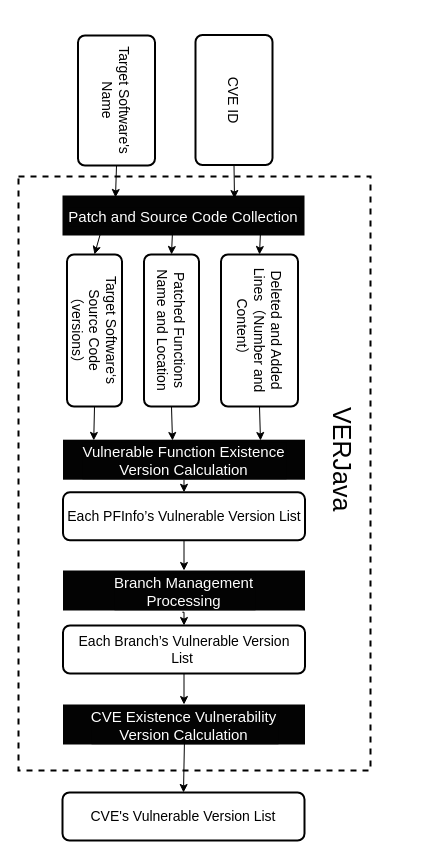
Before: page "Page-1" (1 of 2) of Untitled Diagram.drawio in sunSUNQ/Java_learning, a draw.io diagram. Source tidied: cells renumbered, new cells numbered last; positions are measured from the earlier drawing's top-left corner, leaving out a move shared by most shapes. Both pictures are drawn from the tidied source at 100%, with x=0, y=0 at pixel (18, 61).
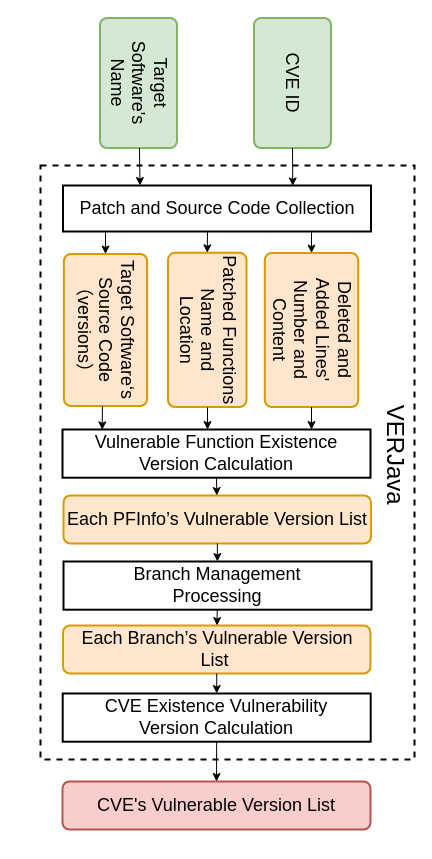
Above is the later version.

The edit, as a diff of the source:
```diff
@@
     <mxCell id="2" style="rounded=0;whiteSpace=wrap;html=1;shadow=0;glass=0;labelBackgroundColor=#FFFFFF;labelBorderColor=none;sketch=0;fontSize=16;fontColor=default;fillColor=none;gradientColor=none;dashed=1;strokeWidth=2;" parent="1" vertex="1">
-      <mxGeometry y="115" width="352" height="594" as="geometry" />
+      <mxGeometry x="22" y="104" width="374" height="594" as="geometry" />
     </mxCell>
-    <mxCell id="3" value="Vulnerable Function Existence &#10;Version Calculation" style="text;strokeColor=none;fillColor=#030303;align=center;verticalAlign=middle;spacingLeft=4;spacingRight=4;overflow=hidden;points=[[0,0.5],[1,0.5]];portConstraint=eastwest;rounded=0;shadow=0;glass=0;dashed=1;sketch=0;labelBackgroundColor=#030303;fontColor=#FFFFFF;fontSize=15;gradientColor=none;" parent="1" vertex="1">
-      <mxGeometry x="44.5" y="378.2" width="242" height="40" as="geometry" />
-    </mxCell>
-    <mxCell id="4" value="Branch Management &#10;Processing" style="text;strokeColor=none;fillColor=#030303;align=center;verticalAlign=middle;spacingLeft=4;spacingRight=4;overflow=hidden;points=[[0,0.5],[1,0.5]];portConstraint=eastwest;rounded=0;shadow=0;glass=0;dashed=1;sketch=0;labelBackgroundColor=#030303;fontColor=#FFFFFF;fontSize=15;" parent="1" vertex="1">
-      <mxGeometry x="44.5" y="509" width="242" height="40" as="geometry" />
-    </mxCell>
-    <mxCell id="5" value="CVE Existence Vulnerability &#10;Version Calculation" style="text;strokeColor=none;fillColor=#030303;align=center;verticalAlign=middle;spacingLeft=4;spacingRight=4;overflow=hidden;points=[[0,0.5],[1,0.5]];portConstraint=eastwest;rounded=0;shadow=0;glass=0;dashed=1;sketch=0;labelBackgroundColor=#030303;fontColor=#FFFFFF;fontSize=15;" parent="1" vertex="1">
-      <mxGeometry x="44.5" y="643" width="242" height="40" as="geometry" />
-    </mxCell>
-    <mxCell id="6" value="Deleted and Added Lines（Number and Content）" style="rounded=1;whiteSpace=wrap;html=1;absoluteArcSize=1;arcSize=14;strokeWidth=2;shadow=0;glass=0;sketch=0;verticalAlign=middle;fontSize=14;rotation=90;" parent="1" vertex="1">
-      <mxGeometry x="165" y="230.5" width="152" height="77" as="geometry" />
+    <mxCell id="6" value="Deleted and Added Lines' Number and Content" style="rounded=1;whiteSpace=wrap;html=1;absoluteArcSize=1;arcSize=14;strokeWidth=2;shadow=0;glass=0;sketch=0;verticalAlign=middle;fontSize=18;rotation=90;fillColor=#ffe6cc;strokeColor=#d79b00;" parent="1" vertex="1">
+      <mxGeometry x="216" y="221.8" width="154" height="93.5" as="geometry" />
     </mxCell>
-    <mxCell id="7" value="Patch and Source Code Collection" style="text;strokeColor=none;fillColor=#030303;align=center;verticalAlign=middle;spacingLeft=4;spacingRight=4;overflow=hidden;points=[[0,0.5],[1,0.5]];portConstraint=eastwest;rounded=0;shadow=0;glass=0;dashed=1;sketch=0;labelBackgroundColor=#030303;fontColor=#FFFFFF;fontSize=15;gradientColor=none;" parent="1" vertex="1">
-      <mxGeometry x="44" y="134" width="242" height="40" as="geometry" />
-    </mxCell>
-    <mxCell id="8" value="Patched Functions Name and Location" style="rounded=1;whiteSpace=wrap;html=1;absoluteArcSize=1;arcSize=14;strokeWidth=2;shadow=0;glass=0;sketch=0;verticalAlign=middle;fontSize=14;rotation=90;" parent="1" vertex="1">
-      <mxGeometry x="77" y="241.5" width="152" height="55" as="geometry" />
+    <mxCell id="8" value="Patched Functions Name and Location" style="rounded=1;whiteSpace=wrap;html=1;absoluteArcSize=1;arcSize=14;strokeWidth=2;shadow=0;glass=0;sketch=0;verticalAlign=middle;fontSize=18;rotation=90;fillColor=#ffe6cc;strokeColor=#d79b00;" parent="1" vertex="1">
+      <mxGeometry x="111.6" y="229.2" width="154.3" height="78.5" as="geometry" />
     </mxCell>
-    <mxCell id="9" value="Target Software‘s&lt;br&gt;Source Code（versions）" style="rounded=1;whiteSpace=wrap;html=1;absoluteArcSize=1;arcSize=14;strokeWidth=2;shadow=0;glass=0;sketch=0;verticalAlign=middle;fontSize=14;rotation=90;" parent="1" vertex="1">
-      <mxGeometry y="241.5" width="152" height="55" as="geometry" />
+    <mxCell id="9" value="Target Software‘s&lt;br style=&quot;font-size: 18px;&quot;&gt;Source Code（versions）" style="rounded=1;whiteSpace=wrap;html=1;absoluteArcSize=1;arcSize=14;strokeWidth=2;shadow=0;glass=0;sketch=0;verticalAlign=middle;fontSize=18;rotation=90;fillColor=#ffe6cc;strokeColor=#d79b00;" parent="1" vertex="1">
+      <mxGeometry x="11" y="226.9" width="152" height="83.2" as="geometry" />
     </mxCell>
-    <mxCell id="10" value="Each PFInfo’s Vulnerable Version List" style="rounded=1;whiteSpace=wrap;html=1;absoluteArcSize=1;arcSize=14;strokeWidth=2;shadow=0;glass=0;sketch=0;verticalAlign=middle;fontSize=14;rotation=0;" parent="1" vertex="1">
-      <mxGeometry x="44.5" y="430.8" width="242" height="48" as="geometry" />
+    <mxCell id="10" value="Each PFInfo’s Vulnerable Version List" style="rounded=1;whiteSpace=wrap;html=1;absoluteArcSize=1;arcSize=14;strokeWidth=2;shadow=0;glass=0;sketch=0;verticalAlign=middle;fontSize=18;rotation=0;fillColor=#ffe6cc;strokeColor=#d79b00;" parent="1" vertex="1">
+      <mxGeometry x="45" y="434" width="307.5" height="48" as="geometry" />
     </mxCell>
-    <mxCell id="11" value="Each Branch’s Vulnerable Version List&amp;nbsp;" style="rounded=1;whiteSpace=wrap;html=1;absoluteArcSize=1;arcSize=14;strokeWidth=2;shadow=0;glass=0;sketch=0;verticalAlign=middle;fontSize=14;rotation=0;" parent="1" vertex="1">
-      <mxGeometry x="44.5" y="564" width="242" height="48" as="geometry" />
+    <mxCell id="11" value="Each Branch’s Vulnerable Version List&amp;nbsp;" style="rounded=1;whiteSpace=wrap;html=1;absoluteArcSize=1;arcSize=14;strokeWidth=2;shadow=0;glass=0;sketch=0;verticalAlign=middle;fontSize=18;rotation=0;fillColor=#ffe6cc;strokeColor=#d79b00;" parent="1" vertex="1">
+      <mxGeometry x="44.5" y="564" width="307.5" height="48" as="geometry" />
     </mxCell>
-    <mxCell id="12" value="CVE's Vulnerable Version List" style="rounded=1;whiteSpace=wrap;html=1;absoluteArcSize=1;arcSize=14;strokeWidth=2;shadow=0;glass=0;sketch=0;verticalAlign=middle;fontSize=14;rotation=0;" parent="1" vertex="1">
-      <mxGeometry x="44" y="731" width="242" height="48" as="geometry" />
+    <mxCell id="12" value="CVE's Vulnerable Version List" style="rounded=1;whiteSpace=wrap;html=1;absoluteArcSize=1;arcSize=14;strokeWidth=2;shadow=0;glass=0;sketch=0;verticalAlign=middle;fontSize=18;rotation=0;fillColor=#f8cecc;strokeColor=#b85450;" parent="1" vertex="1">
+      <mxGeometry x="44" y="720" width="308" height="48" as="geometry" />
     </mxCell>
-    <mxCell id="13" style="endArrow=classic;html=1;rounded=0;fontSize=16;fontColor=default;exitX=0.5;exitY=1;exitDx=0;exitDy=0;" parent="1" edge="1" source="10" target="4">
+    <mxCell id="13" style="endArrow=classic;html=1;rounded=0;fontSize=16;fontColor=default;" parent="1" edge="1" source="10" target="4">
       <mxGeometry relative="1" as="geometry" />
     </mxCell>
-    <mxCell id="14" style="edgeStyle=orthogonalEdgeStyle;rounded=0;jettySize=auto;html=1;fontSize=16;fontColor=default;exitX=0.493;exitY=1.043;exitDx=0;exitDy=0;exitPerimeter=0;entryX=0.5;entryY=0;entryDx=0;entryDy=0;" parent="1" edge="1" source="4" target="11">
-      <mxGeometry relative="1" as="geometry" />
-    </mxCell>
-    <mxCell id="15" style="endArrow=classic;html=1;rounded=0;fontSize=16;fontColor=default;entryX=0.5;entryY=0;entryDx=0;entryDy=0;" parent="1" edge="1" source="3" target="10">
+    <mxCell id="15" style="endArrow=classic;html=1;rounded=0;fontSize=16;fontColor=default;exitX=0.5;exitY=1;exitDx=0;exitDy=0;" parent="1" edge="1" source="3" target="10">
       <mxGeometry relative="1" as="geometry" />
     </mxCell>
-    <mxCell id="16" style="endArrow=classic;html=1;rounded=0;fontSize=16;fontColor=default;exitX=0.5;exitY=1;exitDx=0;exitDy=0;" parent="1" edge="1" source="11" target="5">
+    <mxCell id="16" style="endArrow=classic;html=1;rounded=0;fontSize=16;fontColor=default;" parent="1" edge="1" source="11" target="5">
       <mxGeometry relative="1" as="geometry" />
     </mxCell>
-    <mxCell id="17" style="endArrow=classic;html=1;rounded=0;fontSize=16;fontColor=default;entryX=0.5;entryY=0;entryDx=0;entryDy=0;" parent="1" edge="1" target="12">
-      <mxGeometry relative="1" as="geometry">
-        <mxPoint x="166" y="676" as="sourcePoint" />
-      </mxGeometry>
+    <mxCell id="17" style="endArrow=classic;html=1;rounded=0;fontSize=16;fontColor=default;" parent="1" edge="1" source="5" target="12">
+      <mxGeometry relative="1" as="geometry" />
     </mxCell>
-    <mxCell id="18" style="endArrow=classic;html=1;rounded=0;fontSize=16;fontColor=default;exitX=1;exitY=0.5;exitDx=0;exitDy=0;" parent="1" edge="1" source="6">
-      <mxGeometry relative="1" as="geometry">
-        <mxPoint x="242" y="379" as="targetPoint" />
-      </mxGeometry>
-    </mxCell>
-    <mxCell id="19" style="endArrow=classic;html=1;rounded=0;fontSize=16;fontColor=default;exitX=1;exitY=0.5;exitDx=0;exitDy=0;" parent="1" edge="1" source="8">
-      <mxGeometry relative="1" as="geometry">
-        <mxPoint x="154" y="379" as="targetPoint" />
-      </mxGeometry>
-    </mxCell>
-    <mxCell id="20" style="endArrow=classic;html=1;rounded=0;fontSize=16;fontColor=default;exitX=1;exitY=0.5;exitDx=0;exitDy=0;entryX=0.127;entryY=0.018;entryDx=0;entryDy=0;entryPerimeter=0;" parent="1" edge="1" source="9" target="3">
+    <mxCell id="20" style="endArrow=classic;html=1;rounded=0;fontSize=16;fontColor=default;entryX=0.129;entryY=0.007;entryDx=0;entryDy=0;entryPerimeter=0;exitX=1.002;exitY=0.537;exitDx=0;exitDy=0;exitPerimeter=0;" parent="1" edge="1" source="9" target="3">
       <mxGeometry relative="1" as="geometry" />
     </mxCell>
-    <mxCell id="21" style="endArrow=classic;html=1;rounded=0;fontSize=16;fontColor=default;entryX=0;entryY=0.5;entryDx=0;entryDy=0;" parent="1" edge="1" target="6">
-      <mxGeometry relative="1" as="geometry">
-        <mxPoint x="242" y="170" as="sourcePoint" />
-      </mxGeometry>
-    </mxCell>
-    <mxCell id="22" style="endArrow=classic;html=1;rounded=0;fontSize=16;fontColor=default;entryX=0;entryY=0.5;entryDx=0;entryDy=0;" parent="1" edge="1" target="8">
-      <mxGeometry relative="1" as="geometry">
-        <mxPoint x="154" y="170" as="sourcePoint" />
-      </mxGeometry>
-    </mxCell>
-    <mxCell id="23" style="endArrow=classic;html=1;rounded=0;fontSize=16;fontColor=default;entryX=0;entryY=0.5;entryDx=0;entryDy=0;exitX=0.155;exitY=0.987;exitDx=0;exitDy=0;exitPerimeter=0;" parent="1" edge="1" source="7" target="9">
-      <mxGeometry relative="1" as="geometry" />
-    </mxCell>
-    <mxCell id="24" value="CVE ID" style="rounded=1;whiteSpace=wrap;html=1;absoluteArcSize=1;arcSize=14;strokeWidth=2;shadow=0;glass=0;sketch=0;verticalAlign=middle;fontSize=14;rotation=90;" parent="1" vertex="1">
-      <mxGeometry x="150.5" width="130" height="77" as="geometry" />
+    <mxCell id="24" value="CVE ID" style="rounded=1;whiteSpace=wrap;html=1;absoluteArcSize=1;arcSize=14;strokeWidth=2;shadow=0;glass=0;sketch=0;verticalAlign=middle;fontSize=18;rotation=90;fillColor=#d5e8d4;strokeColor=#82b366;" parent="1" vertex="1">
+      <mxGeometry x="209" y="-17" width="130" height="77" as="geometry" />
     </mxCell>
-    <mxCell id="25" value="Target Software's &lt;br&gt;Name" style="rounded=1;whiteSpace=wrap;html=1;absoluteArcSize=1;arcSize=14;strokeWidth=2;shadow=0;glass=0;sketch=0;verticalAlign=middle;fontSize=14;rotation=90;" parent="1" vertex="1">
-      <mxGeometry x="33" y="0.5" width="130" height="77" as="geometry" />
+    <mxCell id="25" value="Target Software's &lt;br style=&quot;font-size: 18px;&quot;&gt;Name" style="rounded=1;whiteSpace=wrap;html=1;absoluteArcSize=1;arcSize=14;strokeWidth=2;shadow=0;glass=0;sketch=0;verticalAlign=middle;fontSize=18;rotation=90;fillColor=#d5e8d4;strokeColor=#82b366;" parent="1" vertex="1">
+      <mxGeometry x="55" y="-17" width="130" height="77" as="geometry" />
     </mxCell>
-    <mxCell id="26" style="endArrow=classic;html=1;rounded=0;fontSize=16;fontColor=default;exitX=1;exitY=0.5;exitDx=0;exitDy=0;" parent="1" edge="1" source="24">
-      <mxGeometry relative="1" as="geometry">
-        <mxPoint x="216" y="137" as="targetPoint" />
-      </mxGeometry>
+    <mxCell id="26" style="endArrow=classic;html=1;rounded=0;fontSize=16;fontColor=default;exitX=1;exitY=0.5;exitDx=0;exitDy=0;entryX=0.746;entryY=0.009;entryDx=0;entryDy=0;entryPerimeter=0;" parent="1" edge="1" source="24" target="7">
+      <mxGeometry relative="1" as="geometry" />
     </mxCell>
-    <mxCell id="27" style="endArrow=classic;html=1;rounded=0;fontSize=16;fontColor=default;exitX=1;exitY=0.5;exitDx=0;exitDy=0;entryX=0.219;entryY=0.049;entryDx=0;entryDy=0;entryPerimeter=0;" parent="1" edge="1" source="25" target="7">
+    <mxCell id="27" style="endArrow=classic;html=1;rounded=0;fontSize=16;fontColor=default;entryX=0.25;entryY=0;entryDx=0;entryDy=0;" parent="1" edge="1" source="25" target="7">
       <mxGeometry relative="1" as="geometry" />
     </mxCell>
-    <mxCell id="28" value="VERJava" style="text;html=1;strokeColor=none;fillColor=none;align=center;verticalAlign=middle;whiteSpace=wrap;rounded=0;shadow=0;glass=0;dashed=1;labelBackgroundColor=#FFFFFF;labelBorderColor=none;sketch=0;fontSize=25;fontColor=default;rotation=90;" parent="1" vertex="1">
-      <mxGeometry x="229" y="383.2" width="192" height="30" as="geometry" />
+    <mxCell id="28" value="VERJava" style="text;html=1;strokeColor=none;fillColor=none;align=center;verticalAlign=middle;whiteSpace=wrap;rounded=0;shadow=0;glass=0;dashed=1;labelBackgroundColor=none;labelBorderColor=none;sketch=0;fontSize=24;fontColor=default;rotation=90;" parent="1" vertex="1">
+      <mxGeometry x="280.5" y="378.2" width="192" height="30" as="geometry" />
     </mxCell>
+    <mxCell id="7" value="Patch and Source Code Collection" style="rounded=0;whiteSpace=wrap;html=1;shadow=0;glass=0;labelBackgroundColor=none;labelBorderColor=none;sketch=0;fontSize=18;fontColor=#000000;strokeColor=default;strokeWidth=2;fillColor=none;gradientColor=none;" parent="1" vertex="1">
+      <mxGeometry x="44.5" y="124" width="308" height="46" as="geometry" />
+    </mxCell>
+    <mxCell id="14" style="endArrow=classic;html=1;rounded=0;fontSize=16;fontColor=default;" parent="1" edge="1" source="4" target="11">
+      <mxGeometry relative="1" as="geometry" />
+    </mxCell>
+    <mxCell id="3" value="&lt;span&gt;Vulnerable Function Existence&lt;/span&gt;&lt;br style=&quot;padding: 0px ; margin: 0px&quot;&gt;&lt;span&gt;Version Calculation&lt;/span&gt;" style="rounded=0;whiteSpace=wrap;html=1;shadow=0;glass=0;labelBackgroundColor=none;labelBorderColor=none;sketch=0;fontSize=18;fontColor=#000000;strokeColor=default;strokeWidth=2;fillColor=none;gradientColor=none;" parent="1" vertex="1">
+      <mxGeometry x="44" y="368" width="308" height="48.2" as="geometry" />
+    </mxCell>
+    <mxCell id="4" value="&lt;span&gt;Branch Management&lt;/span&gt;&lt;br style=&quot;padding: 0px ; margin: 0px&quot;&gt;&lt;span&gt;Processing&lt;/span&gt;" style="rounded=0;whiteSpace=wrap;html=1;shadow=0;glass=0;labelBackgroundColor=none;labelBorderColor=none;sketch=0;fontSize=18;fontColor=#000000;strokeColor=default;strokeWidth=2;fillColor=none;gradientColor=none;" parent="1" vertex="1">
+      <mxGeometry x="45" y="500" width="308" height="48.2" as="geometry" />
+    </mxCell>
+    <mxCell id="5" value="&lt;span&gt;CVE Existence Vulnerability&lt;/span&gt;&lt;br style=&quot;padding: 0px ; margin: 0px&quot;&gt;&lt;span&gt;Version Calculation&lt;/span&gt;" style="rounded=0;whiteSpace=wrap;html=1;shadow=0;glass=0;labelBackgroundColor=none;labelBorderColor=none;sketch=0;fontSize=18;fontColor=#000000;strokeColor=default;strokeWidth=2;fillColor=none;gradientColor=none;" parent="1" vertex="1">
+      <mxGeometry x="44.2" y="632" width="308" height="48.2" as="geometry" />
+    </mxCell>
+    <mxCell id="29" style="endArrow=classic;html=1;rounded=0;fontSize=16;fontColor=default;" parent="1" edge="1">
+      <mxGeometry relative="1" as="geometry">
+        <mxPoint x="189" y="346" as="sourcePoint" />
+        <mxPoint x="189" y="368" as="targetPoint" />
+      </mxGeometry>
+    </mxCell>
+    <mxCell id="30" style="endArrow=classic;html=1;rounded=0;fontSize=16;fontColor=default;exitX=1;exitY=0.5;exitDx=0;exitDy=0;" parent="1" edge="1" source="6">
+      <mxGeometry relative="1" as="geometry">
+        <mxPoint x="293" y="368" as="targetPoint" />
+      </mxGeometry>
+    </mxCell>
+    <mxCell id="31" style="endArrow=classic;html=1;rounded=0;fontSize=16;fontColor=default;" parent="1" edge="1" target="9">
+      <mxGeometry relative="1" as="geometry">
+        <mxPoint x="87" y="170" as="sourcePoint" />
+      </mxGeometry>
+    </mxCell>
+    <mxCell id="32" style="endArrow=classic;html=1;rounded=0;fontSize=16;fontColor=default;entryX=0;entryY=0.5;entryDx=0;entryDy=0;" parent="1" edge="1" target="8">
+      <mxGeometry relative="1" as="geometry">
+        <mxPoint x="189" y="170" as="sourcePoint" />
+      </mxGeometry>
+    </mxCell>
+    <mxCell id="33" style="endArrow=classic;html=1;rounded=0;fontSize=16;fontColor=default;entryX=0;entryY=0.5;entryDx=0;entryDy=0;" parent="1" edge="1" target="6">
+      <mxGeometry relative="1" as="geometry">
+        <mxPoint x="293" y="170" as="sourcePoint" />
+      </mxGeometry>
+    </mxCell>
```
